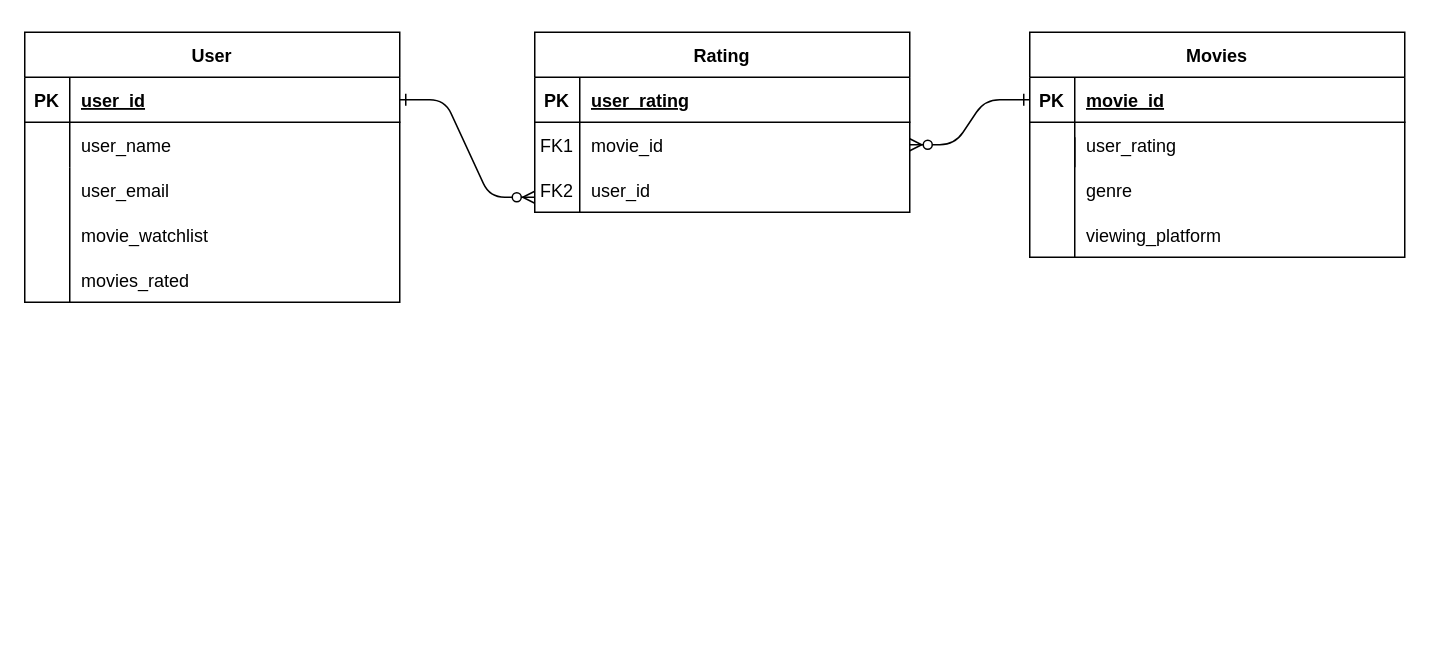
The draw.io diagram Untitled Diagram.drawio in boldybread/T2A2_Movie_API, before the edit. Source tidied: cells renumbered, new cells numbered last; positions are measured from the earlier drawing's top-left corner, leaving out a move shared by most shapes. Both pictures are drawn from the tidied source at 150%, with x=0, y=0 at pixel (24, 32).
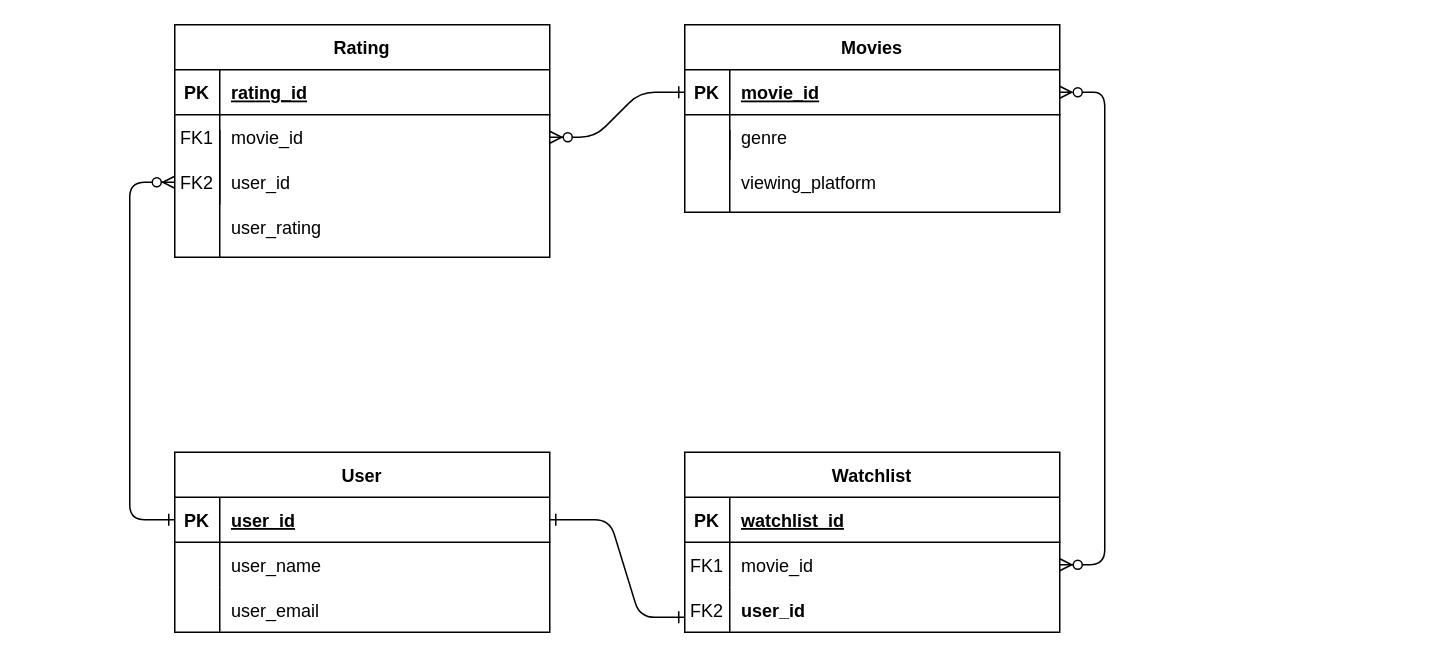
The same page after the edit.

Unchanged cells that the change refers to:
```xml
<mxCell id="5" style="shape=partialRectangle;fillColor=none;points=[[0,0.5],[1,0.5]];portConstraint=eastwest;top=0;left=0;right=0;bottom=1;" parent="4" vertex="1">
  <mxGeometry y="30" width="250" height="30" as="geometry" />
</mxCell>
<mxCell id="8" style="shape=partialRectangle;fillColor=none;top=0;left=0;right=0;bottom=0;" parent="4" vertex="1">
  <mxGeometry y="60" width="250" height="30" as="geometry" />
</mxCell>
<mxCell id="12" style="shape=partialRectangle;fillColor=none;top=0;left=0;right=0;bottom=1;" parent="11" vertex="1">
  <mxGeometry y="30" width="250" height="30" as="geometry" />
</mxCell>
<mxCell id="22" style="shape=partialRectangle;fillColor=none;points=[[0,0.5],[1,0.5]];portConstraint=eastwest;top=0;left=0;right=0;bottom=1;" parent="21" vertex="1">
  <mxGeometry y="30" width="250" height="30" as="geometry" />
</mxCell>
```

Diff of the diagram source:
```diff
@@
-    <mxCell id="2" style="edgeStyle=entityRelationEdgeStyle;endArrow=ERzeroToMany;startArrow=ERone;endFill=1;startFill=0;" parent="1" edge="1" source="22">
+    <mxCell id="2" style="endArrow=ERzeroToMany;startArrow=ERone;endFill=1;startFill=0;exitX=0;exitY=0.5;exitDx=0;exitDy=0;elbow=vertical;" parent="1" edge="1" source="22">
       <mxGeometry relative="1" as="geometry">
-        <mxPoint x="340" y="110" as="targetPoint" />
+        <mxPoint x="100" y="100" as="targetPoint" />
+        <Array as="points">
+          <mxPoint x="70" y="325" />
+          <mxPoint x="70" y="220" />
+          <mxPoint x="70" y="100" />
+        </Array>
       </mxGeometry>
     </mxCell>
@@
     <mxCell id="4" value="Movies" style="shape=table;startSize=30;childLayout=tableLayout;rowLines=0;fontStyle=1;align=center;" parent="1" vertex="1">
-      <mxGeometry x="670" width="250" height="150" as="geometry" />
+      <mxGeometry x="440" y="-5" width="250" height="125" as="geometry" />
     </mxCell>
@@
-    <mxCell id="10" value="user_rating" style="shape=partialRectangle;overflow=hidden;fillColor=none;top=0;left=0;bottom=0;right=0;align=left;spacingLeft=6;" parent="8" vertex="1">
+    <mxCell id="10" style="shape=partialRectangle;overflow=hidden;fillColor=none;top=0;left=0;bottom=0;right=0;align=left;spacingLeft=6;" parent="8" vertex="1">
       <mxGeometry x="30" width="220" height="30" as="geometry" />
     </mxCell>
     <mxCell id="11" value="Rating" style="shape=table;startSize=30;childLayout=tableLayout;rowLines=0;fontStyle=1;align=center;" parent="1" vertex="1">
-      <mxGeometry x="340" width="250" height="120" as="geometry" />
+      <mxGeometry x="100" y="-5" width="250" height="155" as="geometry" />
     </mxCell>
@@
-    <mxCell id="14" value="user_rating" style="shape=partialRectangle;overflow=hidden;fillColor=none;top=0;left=0;bottom=0;right=0;align=left;spacingLeft=6;fontStyle=5;" parent="12" vertex="1">
+    <mxCell id="14" value="rating_id" style="shape=partialRectangle;overflow=hidden;fillColor=none;top=0;left=0;bottom=0;right=0;align=left;spacingLeft=6;fontStyle=5;" parent="12" vertex="1">
       <mxGeometry x="30" width="220" height="30" as="geometry" />
     </mxCell>
@@
     <mxCell id="21" value="User" style="shape=table;startSize=30;childLayout=tableLayout;rowLines=0;fontStyle=1;align=center;" parent="1" vertex="1">
-      <mxGeometry width="250" height="180" as="geometry" />
+      <mxGeometry x="100" y="280" width="250" height="120" as="geometry" />
     </mxCell>
@@
     <mxCell id="28" style="shape=partialRectangle;fillColor=none;top=0;left=0;right=0;bottom=0;" parent="1" vertex="1">
-      <mxGeometry y="90" width="250" height="30" as="geometry" />
+      <mxGeometry x="100" y="370" width="250" height="30" as="geometry" />
     </mxCell>
@@
-    <mxCell id="31" style="shape=partialRectangle;fillColor=none;top=0;left=0;right=0;bottom=0;" parent="1" vertex="1">
-      <mxGeometry y="120" width="250" height="30" as="geometry" />
-    </mxCell>
-    <mxCell id="32" style="shape=partialRectangle;overflow=hidden;fillColor=none;top=0;left=0;bottom=0;right=0;" parent="31" vertex="1">
-      <mxGeometry width="30" height="30" as="geometry" />
-    </mxCell>
-    <mxCell id="33" value="movie_watchlist" style="shape=partialRectangle;overflow=hidden;fillColor=none;top=0;left=0;bottom=0;right=0;align=left;spacingLeft=6;" parent="31" vertex="1">
-      <mxGeometry x="30" width="220" height="30" as="geometry" />
-    </mxCell>
-    <mxCell id="34" style="shape=partialRectangle;fillColor=none;points=[[0,0.5],[1,0.5]];portConstraint=eastwest;top=0;left=0;right=0;bottom=0;" parent="1" vertex="1">
-      <mxGeometry y="150" width="250" height="30" as="geometry" />
-    </mxCell>
-    <mxCell id="35" style="shape=partialRectangle;overflow=hidden;fillColor=none;top=0;left=0;bottom=0;right=0;" parent="34" vertex="1">
-      <mxGeometry width="30" height="30" as="geometry" />
-    </mxCell>
-    <mxCell id="36" value="movies_rated" style="shape=partialRectangle;overflow=hidden;fillColor=none;top=0;left=0;bottom=0;right=0;align=left;spacingLeft=6;" parent="34" vertex="1">
-      <mxGeometry x="30" width="220" height="30" as="geometry" />
-    </mxCell>
     <mxCell id="37" style="shape=partialRectangle;fillColor=none;top=0;left=0;right=0;bottom=0;" parent="1" vertex="1">
-      <mxGeometry x="670" y="90" width="250" height="30" as="geometry" />
+      <mxGeometry x="440" y="55" width="250" height="30" as="geometry" />
     </mxCell>
@@
     <mxCell id="40" style="shape=partialRectangle;fillColor=none;top=0;left=0;right=0;bottom=0;" parent="1" vertex="1">
-      <mxGeometry x="670" y="120" width="250" height="30" as="geometry" />
+      <mxGeometry x="440" y="85" width="250" height="30" as="geometry" />
     </mxCell>
@@
     <mxCell id="43" value="FK2" style="shape=partialRectangle;overflow=hidden;fillColor=none;top=0;left=0;bottom=0;right=0;" parent="1" vertex="1">
-      <mxGeometry x="340" y="90" width="30" height="30" as="geometry" />
+      <mxGeometry x="100" y="85" width="30" height="30" as="geometry" />
     </mxCell>
-    <mxCell id="44" style="endArrow=none;html=1;rounded=0;entryX=0.124;entryY=0.1;entryDx=0;entryDy=0;entryPerimeter=0;exitX=0.12;exitY=1;exitDx=0;exitDy=0;exitPerimeter=0;" parent="1" edge="1" source="34">
+    <mxCell id="44" style="endArrow=none;html=1;rounded=0;entryX=0.124;entryY=0.1;entryDx=0;entryDy=0;entryPerimeter=0;" parent="1" edge="1">
       <mxGeometry relative="1" as="geometry">
-        <mxPoint x="30" y="90" as="targetPoint" />
+        <mxPoint x="130" y="400" as="sourcePoint" />
+        <mxPoint x="130" y="370" as="targetPoint" />
       </mxGeometry>
     </mxCell>
     <mxCell id="45" style="endArrow=none;html=1;rounded=0;entryX=0.124;entryY=0.1;entryDx=0;entryDy=0;entryPerimeter=0;" parent="1" edge="1">
       <mxGeometry relative="1" as="geometry">
-        <mxPoint x="700" y="150" as="sourcePoint" />
-        <mxPoint x="700" y="70" as="targetPoint" />
+        <mxPoint x="470" y="120" as="sourcePoint" />
+        <mxPoint x="470" y="65" as="targetPoint" />
       </mxGeometry>
     </mxCell>
+    <mxCell id="46" value="user_rating" style="shape=partialRectangle;overflow=hidden;fillColor=none;top=0;left=0;bottom=0;right=0;align=left;spacingLeft=6;" parent="1" vertex="1">
+      <mxGeometry x="130" y="115" width="220" height="30" as="geometry" />
+    </mxCell>
+    <mxCell id="47" style="endArrow=none;html=1;rounded=0;entryX=0.124;entryY=0.1;entryDx=0;entryDy=0;entryPerimeter=0;" parent="1" edge="1">
+      <mxGeometry relative="1" as="geometry">
+        <mxPoint x="130" y="150" as="sourcePoint" />
+        <mxPoint x="130" y="65" as="targetPoint" />
+      </mxGeometry>
+    </mxCell>
+    <mxCell id="48" value="Watchlist" style="shape=table;startSize=30;childLayout=tableLayout;rowLines=0;fontStyle=1;align=center;" parent="1" vertex="1">
+      <mxGeometry x="440" y="280" width="250" height="120" as="geometry" />
+    </mxCell>
+    <mxCell id="49" style="shape=partialRectangle;fillColor=none;top=0;left=0;right=0;bottom=1;" parent="48" vertex="1">
+      <mxGeometry y="30" width="250" height="30" as="geometry" />
+    </mxCell>
+    <mxCell id="50" value="PK" style="shape=partialRectangle;overflow=hidden;fillColor=none;top=0;left=0;bottom=0;right=0;fontStyle=1;" parent="49" vertex="1">
+      <mxGeometry width="30" height="30" as="geometry" />
+    </mxCell>
+    <mxCell id="51" value="watchlist_id" style="shape=partialRectangle;overflow=hidden;fillColor=none;top=0;left=0;bottom=0;right=0;align=left;spacingLeft=6;fontStyle=5;" parent="49" vertex="1">
+      <mxGeometry x="30" width="220" height="30" as="geometry" />
+    </mxCell>
+    <mxCell id="52" style="shape=partialRectangle;fillColor=none;points=[[0,0.5],[1,0.5]];portConstraint=eastwest;top=0;left=0;right=0;bottom=0;" parent="48" vertex="1">
+      <mxGeometry y="60" width="250" height="30" as="geometry" />
+    </mxCell>
+    <mxCell id="53" style="shape=partialRectangle;overflow=hidden;fillColor=none;top=0;left=0;bottom=0;right=0;" parent="52" vertex="1">
+      <mxGeometry width="30" height="30" as="geometry" />
+    </mxCell>
+    <mxCell id="54" value="movie_id" style="shape=partialRectangle;overflow=hidden;fillColor=none;top=0;left=0;bottom=0;right=0;align=left;spacingLeft=6;" parent="52" vertex="1">
+      <mxGeometry x="30" width="220" height="30" as="geometry" />
+    </mxCell>
+    <mxCell id="55" style="endArrow=none;html=1;rounded=0;entryX=0.124;entryY=0.1;entryDx=0;entryDy=0;entryPerimeter=0;" parent="1" edge="1">
+      <mxGeometry relative="1" as="geometry">
+        <mxPoint x="470" y="400" as="sourcePoint" />
+        <mxPoint x="470" y="370" as="targetPoint" />
+      </mxGeometry>
+    </mxCell>
+    <mxCell id="56" value="FK1" style="shape=partialRectangle;overflow=hidden;fillColor=none;top=0;left=0;bottom=0;right=0;" parent="1" vertex="1">
+      <mxGeometry x="440" y="340" width="30" height="30" as="geometry" />
+    </mxCell>
+    <mxCell id="57" style="edgeStyle=entityRelationEdgeStyle;endArrow=ERzeroToMany;startArrow=ERzeroToMany;endFill=1;startFill=0;entryX=1;entryY=0.5;entryDx=0;entryDy=0;exitX=1;exitY=0.5;exitDx=0;exitDy=0;" parent="1" edge="1" source="5" target="52">
+      <mxGeometry relative="1" as="geometry">
+        <Array as="points">
+          <mxPoint x="990" y="310" />
+        </Array>
+      </mxGeometry>
+    </mxCell>
+    <mxCell id="58" value="user_id" style="shape=partialRectangle;overflow=hidden;fillColor=none;top=0;left=0;bottom=0;right=0;align=left;spacingLeft=6;fontStyle=1;" parent="1" vertex="1">
+      <mxGeometry x="470" y="370" width="220" height="30" as="geometry" />
+    </mxCell>
+    <mxCell id="59" value="FK2" style="shape=partialRectangle;overflow=hidden;fillColor=none;top=0;left=0;bottom=0;right=0;" parent="1" vertex="1">
+      <mxGeometry x="440" y="370" width="30" height="30" as="geometry" />
+    </mxCell>
+    <mxCell id="60" style="endArrow=ERone;startArrow=ERone;endFill=0;startFill=0;entryX=1;entryY=0.5;entryDx=0;entryDy=0;elbow=vertical;" parent="1" edge="1" target="22">
+      <mxGeometry relative="1" as="geometry">
+        <mxPoint x="440" y="390" as="sourcePoint" />
+        <Array as="points">
+          <mxPoint x="410" y="390" />
+          <mxPoint x="390" y="325" />
+        </Array>
+      </mxGeometry>
+    </mxCell>
```
